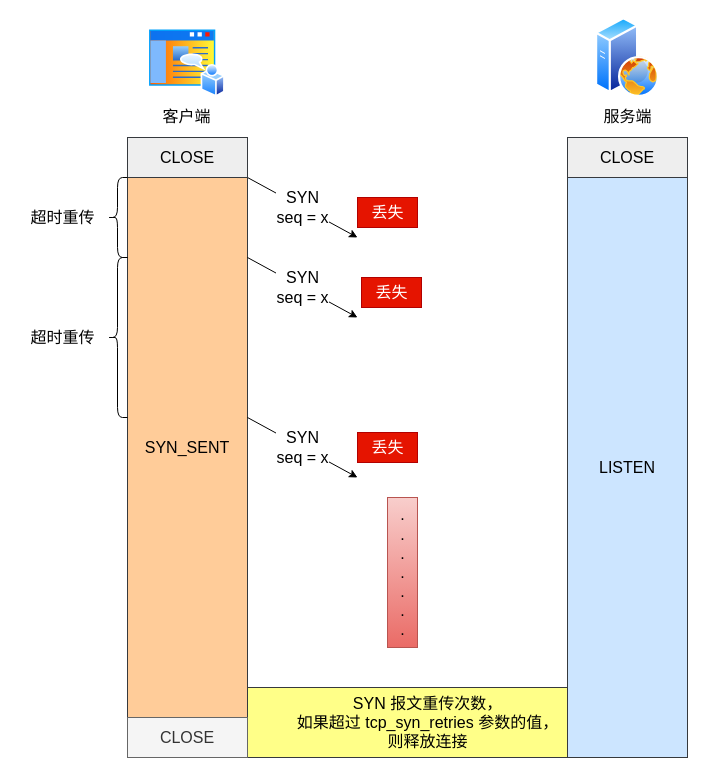
Above: 网络/第一次握手丢失.drawio in xiaolincoder/ImageHost4 (draw.io), before the change. Source tidied: cells renumbered, new cells numbered last; positions are measured from the earlier drawing's top-left corner, leaving out a move shared by most shapes. Both pictures are drawn from the tidied source at 100%, with x=0, y=0 at pixel (17, 17).
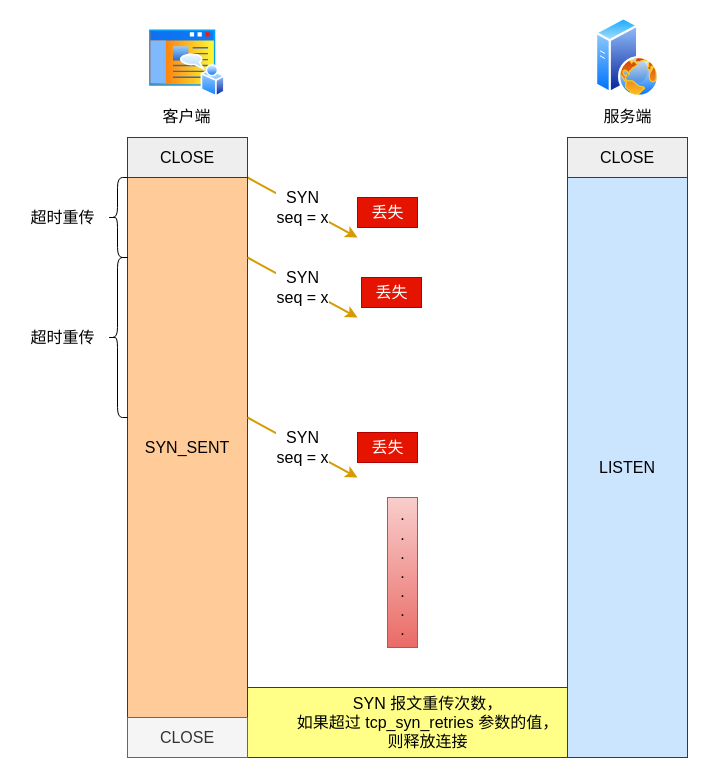
Above is the later version.

Commit message (it also covers changes not shown here):
更新第一次握手丢失.drawio

The change refers to these unchanged cells:
```xml
<mxCell id="3" value="SYN_SENT" style="rounded=0;whiteSpace=wrap;html=1;fontSize=16;fillColor=#ffcc99;strokeColor=#36393d;" parent="1" vertex="1">
  <mxGeometry x="110" y="160" width="120" height="540" as="geometry" />
</mxCell>
```

The edit, as a diff of the source:
```diff
@@
-    <mxCell id="2" value="SYN&lt;br&gt;seq = x" style="rounded=0;jettySize=auto;html=1;fontSize=16;exitX=1;exitY=0;exitDx=0;exitDy=0;" parent="1" edge="1" source="3">
+    <mxCell id="2" value="SYN&lt;br&gt;seq = x" style="rounded=0;jettySize=auto;html=1;fontSize=16;exitX=1;exitY=0;exitDx=0;exitDy=0;fillColor=#ffcd28;gradientColor=#ffa500;strokeColor=#d79b00;strokeWidth=2;" parent="1" edge="1" source="3">
       <mxGeometry relative="1" as="geometry">
         <mxPoint x="340" y="220" as="targetPoint" />
       </mxGeometry>
     </mxCell>
@@
-    <mxCell id="10" value="SYN&lt;br&gt;seq = x" style="rounded=0;orthogonalLoop=1;jettySize=auto;html=1;fontSize=16;exitX=1;exitY=0;exitDx=0;exitDy=0;" parent="1" edge="1">
+    <mxCell id="10" value="SYN&lt;br&gt;seq = x" style="rounded=0;orthogonalLoop=1;jettySize=auto;html=1;fontSize=16;exitX=1;exitY=0;exitDx=0;exitDy=0;fillColor=#ffcd28;strokeColor=#d79b00;gradientColor=#ffa500;strokeWidth=2;" parent="1" edge="1">
       <mxGeometry relative="1" as="geometry">
         <mxPoint x="230" y="240" as="sourcePoint" />
         <mxPoint x="340" y="300" as="targetPoint" />
       </mxGeometry>
     </mxCell>
@@
-    <mxCell id="13" value="SYN&lt;br&gt;seq = x" style="rounded=0;orthogonalLoop=1;jettySize=auto;html=1;fontSize=16;exitX=1;exitY=0;exitDx=0;exitDy=0;" parent="1" edge="1">
+    <mxCell id="13" value="SYN&lt;br&gt;seq = x" style="rounded=0;orthogonalLoop=1;jettySize=auto;html=1;fontSize=16;exitX=1;exitY=0;exitDx=0;exitDy=0;fillColor=#ffcd28;gradientColor=#ffa500;strokeColor=#d79b00;strokeWidth=2;" parent="1" edge="1">
       <mxGeometry relative="1" as="geometry">
         <mxPoint x="230" y="400" as="sourcePoint" />
         <mxPoint x="340" y="460" as="targetPoint" />
       </mxGeometry>
     </mxCell>
```
